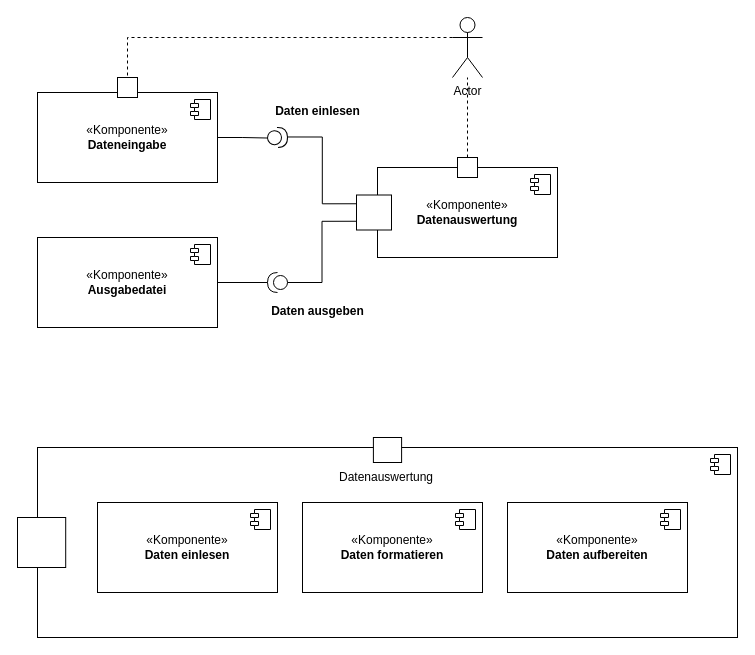
Above: Komponentendiagramm.drawio in INKSec/Diagramme (draw.io), before the change. Source tidied: cells renumbered, new cells numbered last; positions are measured from the earlier drawing's top-left corner, leaving out a move shared by most shapes. Both pictures are drawn from the tidied source at 100%, with x=0, y=0 at pixel (17, 17).
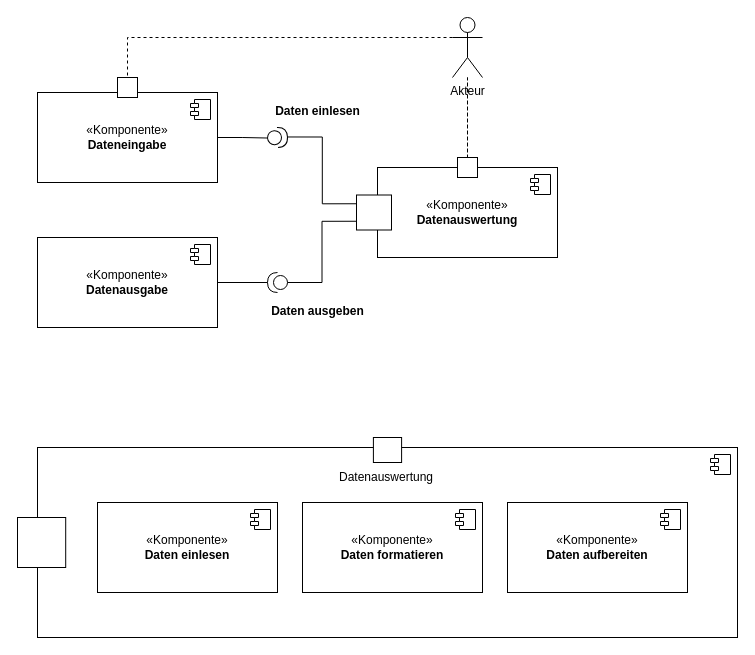
Above is the later version.

The change refers to these unchanged cells:
```xml
<mxCell id="19" style="whiteSpace=wrap;html=1;" parent="1" vertex="1">
  <mxGeometry x="440" y="140" width="20" height="20" as="geometry" />
</mxCell>
```

What changed in the source:
```diff
@@
-    <mxCell id="4" value="«Komponente»&lt;br&gt;&lt;b&gt;Ausgabedatei&lt;/b&gt;" style="html=1;whiteSpace=wrap;" parent="1" vertex="1">
+    <mxCell id="4" value="«Komponente»&lt;br&gt;&lt;b&gt;Datenausgabe&lt;/b&gt;" style="html=1;whiteSpace=wrap;" parent="1" vertex="1">
       <mxGeometry x="20" y="220" width="180" height="90" as="geometry" />
     </mxCell>
@@
+    <mxCell id="33" style="edgeStyle=orthogonalEdgeStyle;rounded=0;jettySize=auto;html=1;dashed=1;endArrow=none;endFill=0;" parent="1" edge="1" source="21" target="19">
+      <mxGeometry relative="1" as="geometry" />
+    </mxCell>
-    <mxCell id="21" value="Actor" style="shape=umlActor;verticalLabelPosition=bottom;verticalAlign=top;html=1;outlineConnect=0;" parent="1" vertex="1">
+    <mxCell id="21" value="Akteur" style="shape=umlActor;verticalLabelPosition=bottom;verticalAlign=top;html=1;outlineConnect=0;" parent="1" vertex="1">
       <mxGeometry x="435" width="30" height="60" as="geometry" />
     </mxCell>
```
